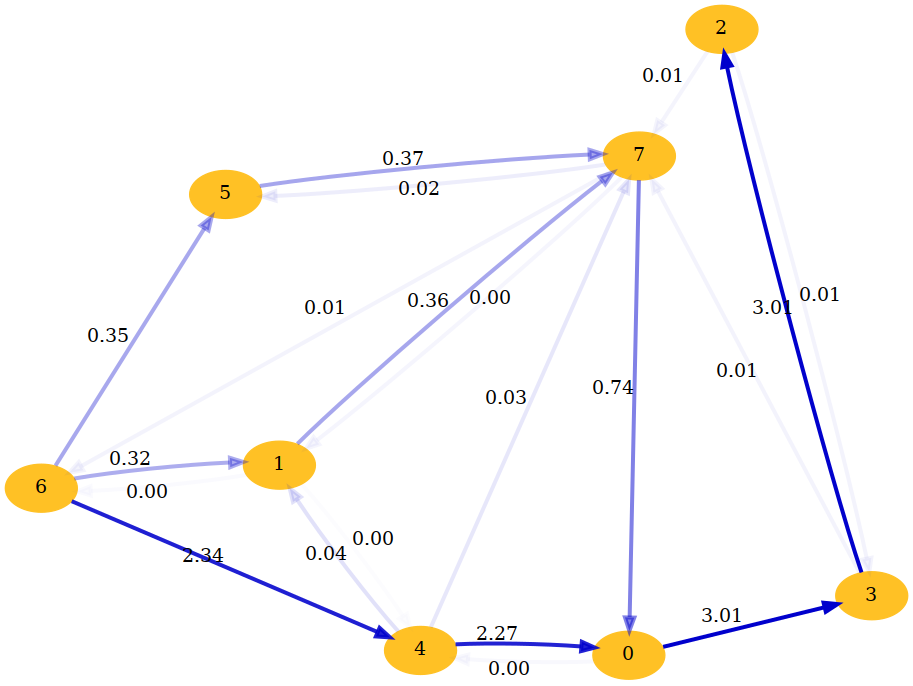
Before: graph.png, a diagram exported from Graphviz (MathisBD/traffic). Its source is kept beside it as graph.dot.
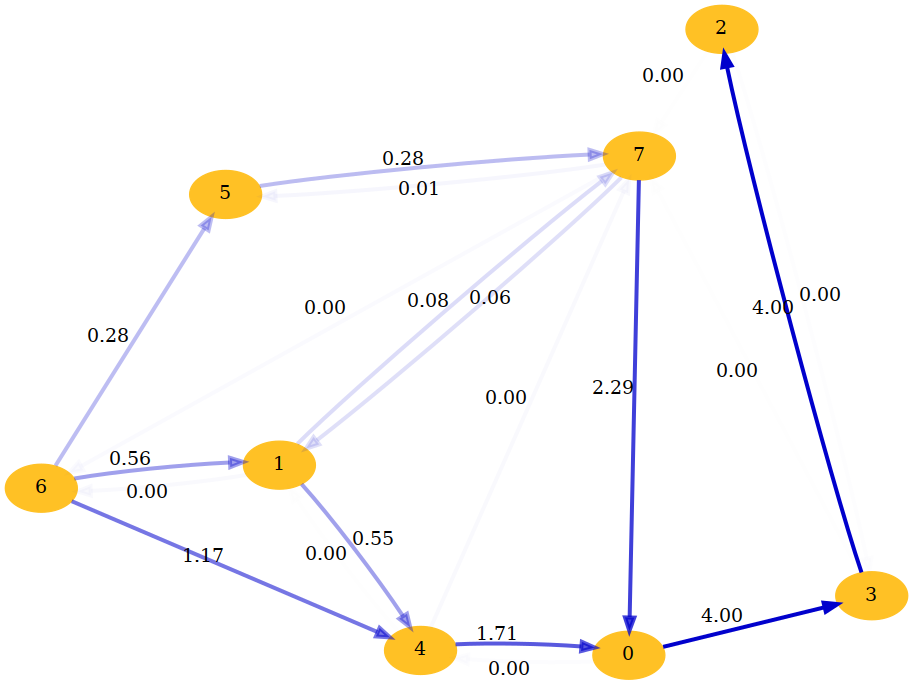
Later version of the same file.

Change to the diagram source:
```diff
@@ -10,15 +10,15 @@
 		pin=true,
 		pos="8.92, 0.87",
 		style=filled];
-	0 -> 3	[color="#0000CCff",
-		label=3.01,
+	0 -> 3	[color="#0000CCfe",
+		label=4.00,
 		penwidth=3];
 	4	[color=goldenrod1,
 		fillcolor=goldenrod1,
 		pin=true,
 		pos="4.22, 0.30",
 		style=filled];
-	0 -> 4	[color="#0000CC 7",
+	0 -> 4	[color="#0000CC 3",
 		label=0.00,
 		penwidth=3];
 	1	[color=goldenrod1,
@@ -26,15 +26,15 @@
 		pin=true,
 		pos="2.75, 2.23",
 		style=filled];
-	1 -> 4	[color="#0000CC 3",
-		label=0.00,
+	1 -> 4	[color="#0000CC5e",
+		label=0.55,
 		penwidth=3];
 	6	[color=goldenrod1,
 		fillcolor=goldenrod1,
 		pin=true,
 		pos="0.27, 1.99",
 		style=filled];
-	1 -> 6	[color="#0000CC 5",
+	1 -> 6	[color="#0000CC 6",
 		label=0.00,
 		penwidth=3];
 	7	[color=goldenrod1,
@@ -42,62 +42,62 @@
 		pin=true,
 		pos="6.50, 5.45",
 		style=filled];
-	1 -> 7	[color="#0000CC58",
-		label=0.36,
+	1 -> 7	[color="#0000CC23",
+		label=0.08,
 		penwidth=3];
 	2	[color=goldenrod1,
 		fillcolor=goldenrod1,
 		pin=true,
 		pos="7.36, 6.77",
 		style=filled];
-	2 -> 3	[color="#0000CC c",
-		label=0.01,
+	2 -> 3	[color="#0000CC 2",
+		label=0.00,
 		penwidth=3];
-	2 -> 7	[color="#0000CC b",
-		label=0.01,
+	2 -> 7	[color="#0000CC 1",
+		label=0.00,
 		penwidth=3];
-	3 -> 2	[color="#0000CCfe",
-		label=3.01,
+	3 -> 2	[color="#0000CCff",
+		label=4.00,
 		penwidth=3];
-	3 -> 7	[color="#0000CC c",
-		label=0.01,
+	3 -> 7	[color="#0000CC 1",
+		label=0.00,
 		penwidth=3];
-	4 -> 0	[color="#0000CCdd",
-		label=2.27,
+	4 -> 0	[color="#0000CCa6",
+		label=1.71,
 		penwidth=3];
-	4 -> 1	[color="#0000CC1e",
-		label=0.04,
+	4 -> 1	[color="#0000CC 1",
+		label=0.00,
 		penwidth=3];
-	4 -> 7	[color="#0000CC18",
-		label=0.03,
+	4 -> 7	[color="#0000CC 6",
+		label=0.00,
 		penwidth=3];
 	5	[color=goldenrod1,
 		fillcolor=goldenrod1,
 		pin=true,
 		pos="2.19, 5.05",
 		style=filled];
-	5 -> 7	[color="#0000CC59",
-		label=0.37,
+	5 -> 7	[color="#0000CC43",
+		label=0.28,
 		penwidth=3];
-	6 -> 1	[color="#0000CC52",
-		label=0.32,
+	6 -> 1	[color="#0000CC5f",
+		label=0.56,
 		penwidth=3];
-	6 -> 4	[color="#0000CCe0",
-		label=2.34,
+	6 -> 4	[color="#0000CC89",
+		label=1.17,
 		penwidth=3];
-	6 -> 5	[color="#0000CC57",
-		label=0.35,
+	6 -> 5	[color="#0000CC42",
+		label=0.28,
 		penwidth=3];
-	7 -> 0	[color="#0000CC7e",
-		label=0.74,
+	7 -> 0	[color="#0000CCc0",
+		label=2.29,
 		penwidth=3];
-	7 -> 1	[color="#0000CC a",
+	7 -> 1	[color="#0000CC20",
+		label=0.06,
+		penwidth=3];
+	7 -> 5	[color="#0000CC 9",
+		label=0.01,
+		penwidth=3];
+	7 -> 6	[color="#0000CC 5",
 		label=0.00,
 		penwidth=3];
-	7 -> 5	[color="#0000CC12",
-		label=0.02,
-		penwidth=3];
-	7 -> 6	[color="#0000CC c",
-		label=0.01,
-		penwidth=3];
 }
```
